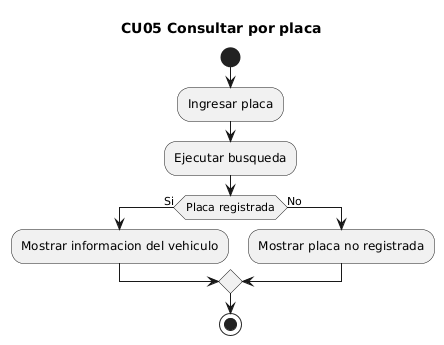
Earlier version of the PlantUML export docs/uml/render/actividades_cu/CU05_actividad_consultar_placa.png (maranavard/SISTEMA-COMPUTACIONAL-PARA-LA-GESTION-Y-CONTROL-DE-ACCESO-DE-AUTOMOVILES-M-DULO-WEB). Its diagram source:
```plantuml
@startuml
title CU05 Consultar por placa
start
:Ingresar placa;
:Ejecutar busqueda;
if (Placa registrada) then (Si)
  :Mostrar informacion del vehiculo;
else (No)
  :Mostrar placa no registrada;
endif
stop
@enduml
```
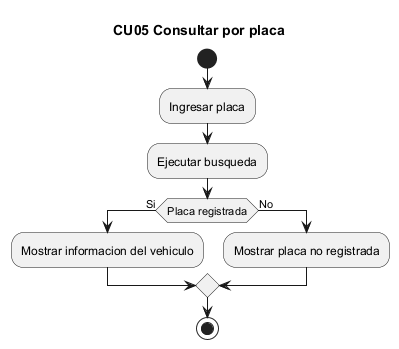
After the change.

Change to the diagram source:
```diff
@@ -1,4 +1,4 @@
-@startuml
+@startuml CU05_actividad_consultar_placa
 title CU05 Consultar por placa
 start
 :Ingresar placa;
```
